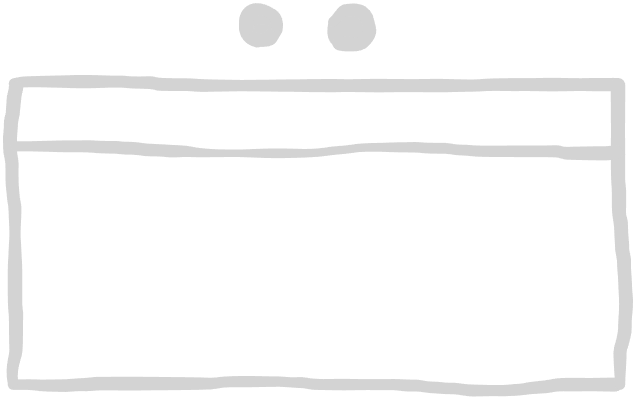
Above: factions/nato-symbols/headquarters.excalidraw.png in christsven/H.E.A.T (Excalidraw), before the change. Source tidied: one line per element, renumbered; positions are measured from the earlier drawing's top-left corner, leaving out a move shared by most shapes.
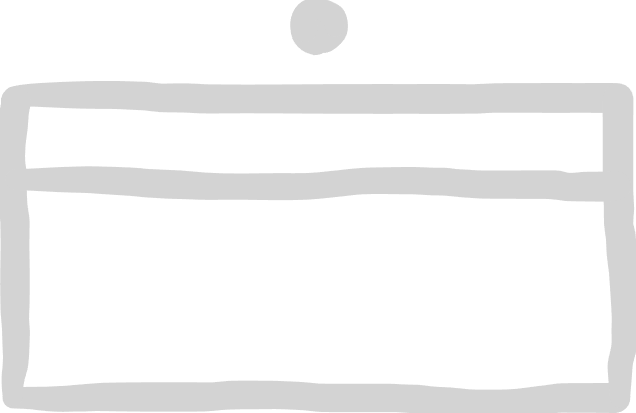
Above is the later version.

The edit, as a diff of the source:
```diff
@@ -1,10 +1,8 @@
-{"id": 0, "type": "freedraw", "strokeColor": "#1e1e1e", "strokeWidth": 2, "roughness": 1, "x": 4, "y": 74, "width": 602, "height": 4, "points": [[0, 0], [21, -2], [45, -2], [60, -2], [84, -2], [116, -1], [137, -1], [159, 1], [183, 2], [218, 2], [249, 2], [273, 2], [296, 2], [315, 2], [341, 2], [359, 2], [384, 2], [407, 2], [426, 2], [458, 2], [482, 1], [504, 1], [525, 1], [545, 1], [572, 1], [590, 1]]}
+{"id": 0, "type": "freedraw", "strokeColor": "#1e1e1e", "strokeWidth": 4, "roughness": 1, "x": 4, "y": 74, "width": 602, "height": 4, "points": [[0, 0], [21, -2], [45, -2], [60, -2], [84, -2], [116, -1], [137, -1], [159, 1], [183, 2], [218, 2], [249, 2], [273, 2], [296, 2], [315, 2], [341, 2], [359, 2], [384, 2], [407, 2], [426, 2], [458, 2], [482, 1], [504, 1], [525, 1], [545, 1], [572, 1], [590, 1]]}
-{"id": 1, "type": "freedraw", "strokeColor": "#1e1e1e", "strokeWidth": 2, "roughness": 1, "x": 3, "y": 375, "width": 603, "height": 9, "points": [[0, 0], [18, 0], [40, 1], [61, 0], [78, 0], [97, -1], [115, -1], [138, -1], [162, -1], [193, -1], [229, -3], [267, -3], [298, 0], [330, 0], [366, 0], [391, 1], [423, 3], [453, 6], [487, 6], [514, 5], [534, 2], [552, 0], [573, 0], [589, 0], [601, 0]]}
+{"id": 1, "type": "freedraw", "strokeColor": "#1e1e1e", "strokeWidth": 4, "roughness": 1, "x": 3, "y": 375, "width": 603, "height": 9, "points": [[0, 0], [18, 0], [40, 1], [61, 0], [78, 0], [97, -1], [115, -1], [138, -1], [162, -1], [193, -1], [229, -3], [267, -3], [298, 0], [330, 0], [366, 0], [391, 1], [423, 3], [453, 6], [487, 6], [514, 5], [534, 2], [552, 0], [573, 0], [589, 0], [601, 0]]}
-{"id": 2, "type": "freedraw", "strokeColor": "#1e1e1e", "strokeWidth": 2, "roughness": 1, "x": 610, "y": 375, "width": 8, "height": 300, "points": [[0, 0], [0, -9], [0, -16], [0, -25], [0, -33], [3, -48], [5, -60], [6, -75], [6, -84], [5, -99], [4, -114], [4, -123], [2, -132], [2, -144], [1, -160], [-1, -169], [-1, -178], [-1, -187], [-2, -202], [-2, -214], [-2, -223], [-2, -232], [-2, -246], [-2, -259], [-2, -268], [-2, -279], [-2, -286], [-2, -295]]}
+{"id": 2, "type": "freedraw", "strokeColor": "#1e1e1e", "strokeWidth": 4, "roughness": 1, "x": 610, "y": 375, "width": 8, "height": 300, "points": [[0, 0], [0, -9], [0, -16], [0, -25], [0, -33], [3, -48], [5, -60], [6, -75], [6, -84], [5, -99], [4, -114], [4, -123], [2, -132], [2, -144], [1, -160], [-1, -169], [-1, -178], [-1, -187], [-2, -202], [-2, -214], [-2, -223], [-2, -232], [-2, -246], [-2, -259], [-2, -268], [-2, -279], [-2, -286], [-2, -295]]}
-{"id": 3, "type": "freedraw", "strokeColor": "#1e1e1e", "strokeWidth": 2, "roughness": 1, "x": 3, "y": 373, "width": 6, "height": 295, "points": [[0, 0], [-1, -7], [0, -19], [1, -26], [3, -35], [3, -43], [3, -53], [3, -64], [3, -73], [2, -83], [2, -92], [2, -101], [2, -112], [2, -137], [2, -160], [2, -167], [0, -184], [-1, -199], [-1, -215], [-1, -226], [-3, -235], [-3, -247], [-2, -259], [0, -268], [0, -275], [1, -283], [1, -290]]}
+{"id": 3, "type": "freedraw", "strokeColor": "#1e1e1e", "strokeWidth": 4, "roughness": 1, "x": 3, "y": 373, "width": 6, "height": 295, "points": [[0, 0], [-1, -7], [0, -19], [1, -26], [3, -35], [3, -43], [3, -53], [3, -64], [3, -73], [2, -83], [2, -92], [2, -101], [2, -112], [2, -137], [2, -160], [2, -167], [0, -184], [-1, -199], [-1, -215], [-1, -226], [-3, -235], [-3, -247], [-2, -259], [0, -268], [0, -275], [1, -283], [1, -290]]}
-{"id": 4, "type": "freedraw", "strokeColor": "#1e1e1e", "strokeWidth": 2, "roughness": 1, "x": 249, "y": 16, "width": 17, "height": 13, "points": [[0, 0], [-3, 0], [-5, 1], [-6, 2], [-6, 5], [-4, 8], [-1, 10], [2, 11], [5, 11], [8, 11], [10, 10], [11, 7], [11, 4], [10, 3], [9, 0], [6, -2], [3, -2], [0, -2], [-2, 1], [-3, 2], [-2, 4], [-1, 5], [1, 7], [4, 8]]}
+{"id": 4, "type": "freedraw", "strokeColor": "#1e1e1e", "strokeWidth": 4, "roughness": 1, "x": 307, "y": 3, "width": 17, "height": 13, "points": [[0, 0], [-3, 0], [-5, 1], [-6, 2], [-6, 5], [-4, 8], [-1, 10], [2, 11], [5, 11], [8, 11], [10, 10], [11, 7], [11, 4], [10, 3], [9, 0], [6, -2], [3, -2], [0, -2], [-2, 1], [-3, 2], [-2, 4], [-1, 5], [1, 7], [4, 8]]}
-{"id": 5, "type": "freedraw", "strokeColor": "#1e1e1e", "strokeWidth": 2, "roughness": 1, "x": 339, "y": 14, "width": 27, "height": 21, "points": [[0, 0], [-8, 1], [-9, 9], [-5, 13], [2, 15], [8, 12], [10, 5], [6, -1], [-2, -1], [-8, 1], [-9, 9], [-2, 12], [5, 12], [10, 8], [10, 0], [4, -3], [-5, -3], [-12, -2], [-14, 6], [-14, 13], [-10, 18], [-2, 18], [7, 17], [11, 11], [13, 5], [12, -1], [4, -3]]}
-{"id": 6, "type": "freedraw", "strokeColor": "#1e1e1e", "strokeWidth": 2, "roughness": 1, "x": 259, "y": 9, "width": 29, "height": 28, "points": [[0, 0], [-7, 0], [-13, 0], [-18, 2], [-19, 5], [-21, 8], [-21, 12], [-18, 17], [-14, 18], [-11, 20], [-8, 21], [-3, 21], [1, 20], [3, 16], [6, 13], [7, 8], [7, 4], [6, -1], [2, -4], [-3, -5], [-9, -7], [-13, -7], [-18, -6], [-19, -3], [-22, -1], [-22, 3], [-22, 8], [-22, 12], [-20, 17], [-17, 20], [-14, 21], [-11, 21]]}
+{"id": 6, "type": "freedraw", "strokeColor": "#1e1e1e", "strokeWidth": 4, "roughness": 1, "x": 317, "y": -4, "width": 29, "height": 28, "points": [[0, 0], [-7, 0], [-13, 0], [-18, 2], [-19, 5], [-21, 8], [-21, 12], [-18, 17], [-14, 18], [-11, 20], [-8, 21], [-3, 21], [1, 20], [3, 16], [6, 13], [7, 8], [7, 4], [6, -1], [2, -4], [-3, -5], [-9, -7], [-13, -7], [-18, -6], [-19, -3], [-22, -1], [-22, 3], [-22, 8], [-22, 12], [-20, 17], [-17, 20], [-14, 21], [-11, 21]]}
-{"id": 7, "type": "freedraw", "strokeColor": "#1e1e1e", "strokeWidth": 2, "roughness": 1, "x": 323, "y": 12, "width": 36, "height": 34, "points": [[0, 0], [1, -1], [4, -4], [6, -7], [7, -9], [10, -10], [12, -12], [15, -12], [18, -12], [21, -12], [24, -12], [27, -12], [28, -11], [31, -8], [33, -6], [33, -3], [34, -2], [34, 1], [36, 4], [36, 7], [36, 10], [36, 13], [35, 15], [33, 16], [32, 18], [29, 19], [27, 21], [24, 22], [21, 22], [18, 22], [15, 22], [12, 22], [9, 22], [8, 21], [6, 21]]}
-{"id": 8, "type": "freedraw", "strokeColor": "#1e1e1e", "strokeWidth": 2, "roughness": 1, "x": 266, "y": 17, "width": 31, "height": 19, "points": [[0, 0], [1, 0], [1, -2], [1, -3], [1, -5], [0, -5], [0, -6], [-1, -8], [-1, -9], [-1, -11], [-3, -11], [-3, -12], [-4, -12], [-6, -14], [-7, -14], [-7, -15], [-9, -15], [-10, -15], [-12, -15], [-12, -17], [-13, -17], [-15, -17], [-16, -17], [-18, -17], [-19, -17], [-21, -17], [-22, -17], [-24, -17], [-25, -17], [-25, -16], [-27, -16], [-28, -14], [-28, -13], [-30, -11], [-30, -10], [-30, -8], [-30, -7], [-30, -5], [-30, -4], [-30, -2], [-30, -1], [-30, 1], [-30, 2], [-30, 2]]}
+{"id": 8, "type": "freedraw", "strokeColor": "#1e1e1e", "strokeWidth": 4, "roughness": 1, "x": 325, "y": 4, "width": 31, "height": 19, "points": [[0, 0], [1, 0], [1, -2], [1, -3], [1, -5], [0, -5], [0, -6], [-1, -8], [-1, -9], [-1, -11], [-3, -11], [-3, -12], [-4, -12], [-6, -14], [-7, -14], [-7, -15], [-9, -15], [-10, -15], [-12, -15], [-12, -17], [-13, -17], [-15, -17], [-16, -17], [-18, -17], [-19, -17], [-21, -17], [-22, -17], [-24, -17], [-25, -17], [-25, -16], [-27, -16], [-28, -14], [-28, -13], [-30, -11], [-30, -10], [-30, -8], [-30, -7], [-30, -5], [-30, -4], [-30, -2], [-30, -1], [-30, 1], [-30, 2], [-30, 2]]}
-{"id": 9, "type": "freedraw", "strokeColor": "#1e1e1e", "strokeWidth": 2, "roughness": 1, "x": 6, "y": 136, "width": 601, "height": 7, "points": [[0, 0], [25, 0], [46, 0], [71, 0], [91, 1], [110, 2], [134, 4], [157, 5], [205, 7], [242, 7], [275, 7], [317, 4], [356, 1], [386, 1], [415, 2], [446, 4], [473, 5], [500, 5], [527, 5], [544, 5], [556, 7], [569, 7], [578, 7], [590, 7], [601, 6]]}
+{"id": 9, "type": "freedraw", "strokeColor": "#1e1e1e", "strokeWidth": 4, "roughness": 1, "x": 6, "y": 156, "width": 601, "height": 7, "points": [[0, 0], [25, 0], [46, 0], [71, 0], [91, 1], [110, 2], [134, 4], [157, 5], [205, 7], [242, 7], [275, 7], [317, 4], [356, 1], [386, 1], [415, 2], [446, 4], [473, 5], [500, 5], [527, 5], [544, 5], [556, 7], [569, 7], [578, 7], [590, 7], [601, 6]]}
```
